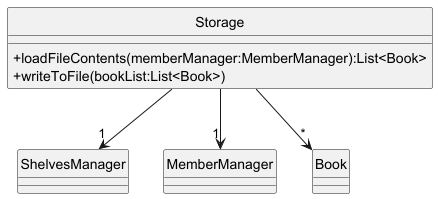
This is docs/images/StorageClass.png from eth4n22/tp, a PlantUML export, as it was before one commit.
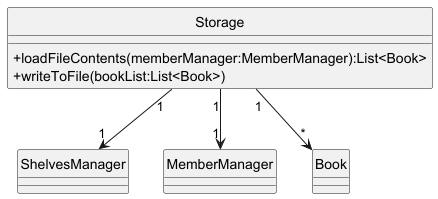
After the commit.

Commit message:
fixing the multiplicity issue on the class diagram

Diff of the diagram source:
```diff
@@ -16,7 +16,7 @@
 class Book {
 }
 
-Storage --> "1" ShelvesManager
-Storage --> "1" MemberManager
-Storage --> "*" Book
+Storage "1" --> "1" ShelvesManager
+Storage "1"--> "1" MemberManager
+Storage "1"--> "*" Book
 @enduml
```
